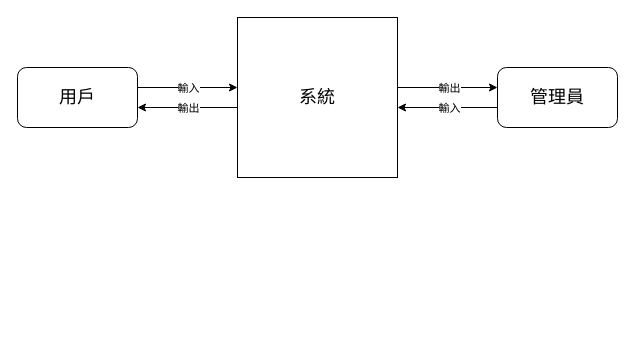
This is drawio/系統資料流程圖/圖3-2 頂層資料流程圖.drawio from Roseller37/UML-diagram2, a draw.io file, before an edit. Source tidied: cells renumbered, new cells numbered last; positions are measured from the earlier drawing's top-left corner, leaving out a move shared by most shapes. Both pictures are drawn from the tidied source at 100%, with x=0, y=0 at pixel (17, 17).
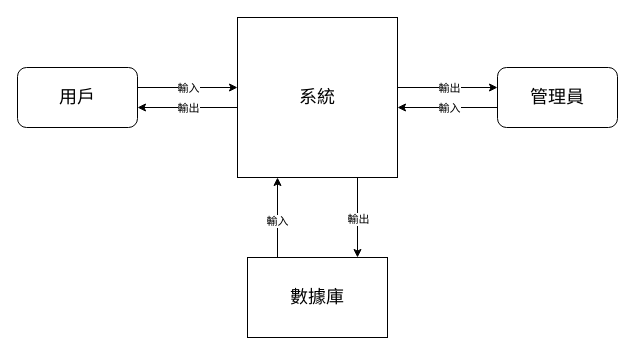
Above is the later version.

Commit message (it also covers changes not shown here):
更新圖3-2 頂層資料流程圖.drawio

The change refers to these unchanged cells:
```xml
<mxCell id="2" value="&lt;font style=&quot;font-size: 18px;&quot;&gt;系統&lt;/font&gt;" style="whiteSpace=wrap;html=1;" parent="1" vertex="1">
  <mxGeometry x="220" width="160" height="160" as="geometry" />
</mxCell>
```

Change to the diagram source:
```diff
@@
+    <mxCell id="13" style="endArrow=classic;html=1;rounded=0;entryX=0.25;entryY=1;entryDx=0;entryDy=0;" parent="1" edge="1" target="2">
+      <mxGeometry relative="1" as="geometry">
+        <mxPoint x="260" y="240" as="sourcePoint" />
+      </mxGeometry>
+    </mxCell>
+    <mxCell id="14" value="輸入" style="edgeLabel;html=1;align=center;verticalAlign=middle;" parent="13" vertex="1">
+      <mxGeometry x="-0.02" y="2" relative="1" as="geometry">
+        <mxPoint x="1" y="2" as="offset" />
+      </mxGeometry>
+    </mxCell>
+    <mxCell id="15" style="endArrow=classic;html=1;rounded=0;" parent="1" edge="1">
+      <mxGeometry relative="1" as="geometry">
+        <mxPoint x="340" y="160" as="sourcePoint" />
+        <mxPoint x="340" y="240" as="targetPoint" />
+      </mxGeometry>
+    </mxCell>
+    <mxCell id="16" value="輸出" style="edgeLabel;html=1;align=center;verticalAlign=middle;" parent="15" vertex="1">
+      <mxGeometry x="0.02" relative="1" as="geometry" />
+    </mxCell>
+    <mxCell id="17" value="&lt;font style=&quot;font-size: 18px;&quot;&gt;數據庫&lt;/font&gt;" style="rounded=0;whiteSpace=wrap;html=1;" parent="1" vertex="1">
+      <mxGeometry x="230" y="240" width="140" height="80" as="geometry" />
+    </mxCell>
```
